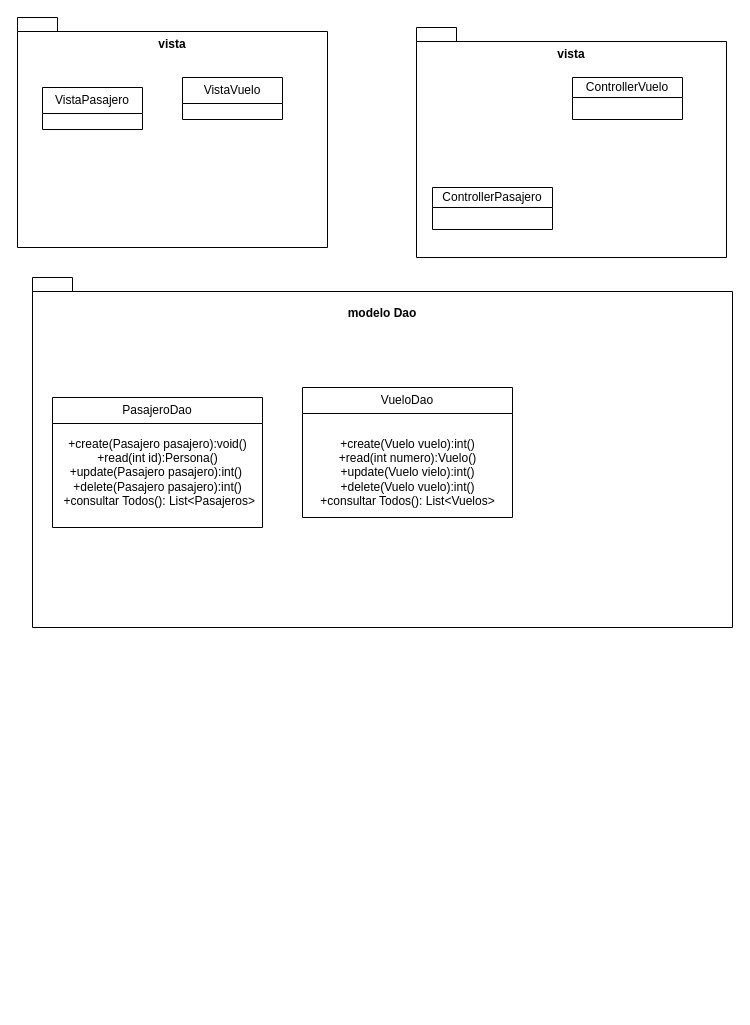
Before: Diagrama sin título.drawio in SKing25/Fundamentos, a draw.io diagram. Source tidied: cells renumbered, new cells numbered last; positions are measured from the earlier drawing's top-left corner, leaving out a move shared by most shapes. Both pictures are drawn from the tidied source at 100%, with x=0, y=0 at pixel (17, 17).
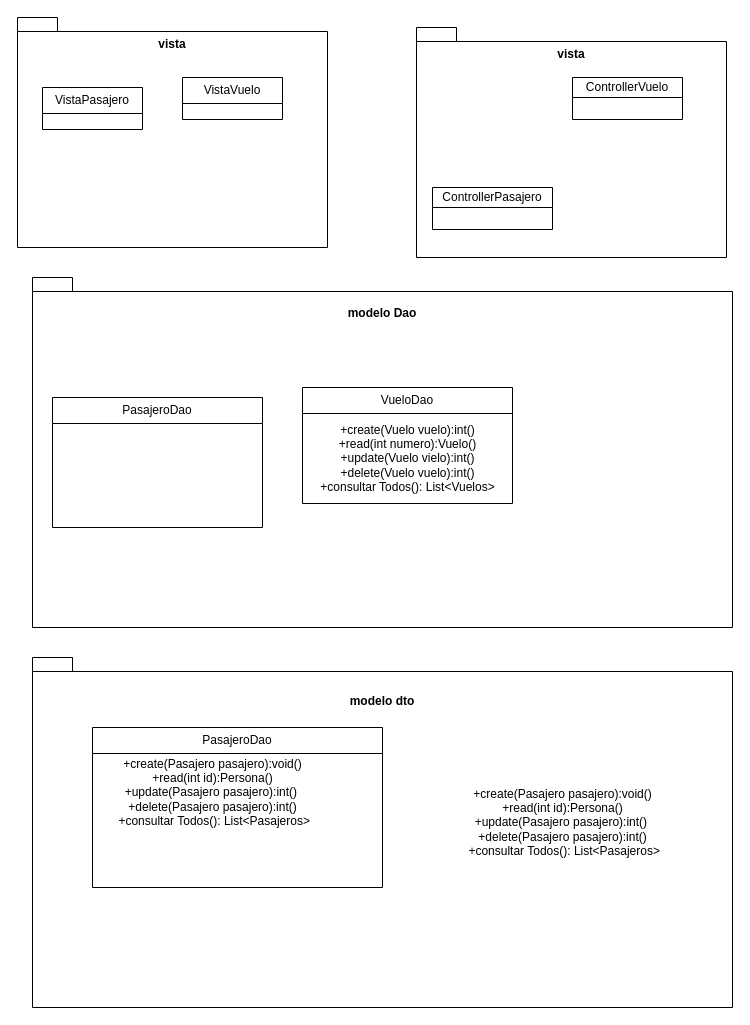
The same diagram, later.

Diff of the diagram source:
```diff
@@
 <mxGraphModel>
   <root>
     <mxCell id="0" />
     <mxCell id="1" parent="0" />
     <mxCell id="2" value="vista&lt;div&gt;&lt;br&gt;&lt;/div&gt;&lt;div&gt;&lt;br&gt;&lt;/div&gt;&lt;div&gt;&lt;br&gt;&lt;/div&gt;&lt;div&gt;&lt;br&gt;&lt;/div&gt;&lt;div&gt;&lt;br&gt;&lt;/div&gt;&lt;div&gt;&lt;br&gt;&lt;/div&gt;&lt;div&gt;&lt;br&gt;&lt;/div&gt;&lt;div&gt;&lt;br&gt;&lt;/div&gt;&lt;div&gt;&lt;br&gt;&lt;/div&gt;&lt;div&gt;&lt;br&gt;&lt;/div&gt;&lt;div&gt;&lt;br&gt;&lt;/div&gt;&lt;div&gt;&lt;br&gt;&lt;/div&gt;&lt;div&gt;&lt;br&gt;&lt;/div&gt;" style="shape=folder;fontStyle=1;spacingTop=10;tabWidth=40;tabHeight=14;tabPosition=left;html=1;whiteSpace=wrap;" parent="1" vertex="1">
       <mxGeometry width="310" height="230" as="geometry" />
     </mxCell>
     <mxCell id="3" value="VistaPasajero" style="swimlane;fontStyle=0;horizontal=1;startSize=26;fillColor=none;whiteSpace=wrap;html=1;" parent="1" vertex="1">
       <mxGeometry x="25" y="70" width="100" height="42" as="geometry" />
     </mxCell>
     <mxCell id="4" value="VistaVuelo" style="swimlane;fontStyle=0;horizontal=1;startSize=26;fillColor=none;whiteSpace=wrap;html=1;" parent="1" vertex="1">
       <mxGeometry x="165" y="60" width="100" height="42" as="geometry" />
     </mxCell>
     <mxCell id="5" style="edgeStyle=orthogonalEdgeStyle;rounded=0;orthogonalLoop=1;jettySize=auto;html=1;exitX=0.5;exitY=1;exitDx=0;exitDy=0;exitPerimeter=0;" parent="1" edge="1" source="2" target="2">
       <mxGeometry relative="1" as="geometry" />
     </mxCell>
     <mxCell id="6" value="vista&lt;div&gt;&lt;br&gt;&lt;/div&gt;&lt;div&gt;&lt;br&gt;&lt;/div&gt;&lt;div&gt;&lt;br&gt;&lt;/div&gt;&lt;div&gt;&lt;br&gt;&lt;/div&gt;&lt;div&gt;&lt;br&gt;&lt;/div&gt;&lt;div&gt;&lt;br&gt;&lt;/div&gt;&lt;div&gt;&lt;br&gt;&lt;/div&gt;&lt;div&gt;&lt;br&gt;&lt;/div&gt;&lt;div&gt;&lt;br&gt;&lt;/div&gt;&lt;div&gt;&lt;br&gt;&lt;/div&gt;&lt;div&gt;&lt;br&gt;&lt;/div&gt;&lt;div&gt;&lt;br&gt;&lt;/div&gt;&lt;div&gt;&lt;br&gt;&lt;/div&gt;" style="shape=folder;fontStyle=1;spacingTop=10;tabWidth=40;tabHeight=14;tabPosition=left;html=1;whiteSpace=wrap;" parent="1" vertex="1">
       <mxGeometry x="399" y="10" width="310" height="230" as="geometry" />
     </mxCell>
     <mxCell id="7" value="ControllerPasajero" style="swimlane;fontStyle=0;horizontal=1;startSize=20;fillColor=none;whiteSpace=wrap;html=1;" parent="1" vertex="1">
       <mxGeometry x="415" y="170" width="120" height="42" as="geometry" />
     </mxCell>
     <mxCell id="8" value="ControllerVuelo" style="swimlane;fontStyle=0;horizontal=1;startSize=20;fillColor=none;whiteSpace=wrap;html=1;" parent="1" vertex="1">
       <mxGeometry x="555" y="60" width="110" height="42" as="geometry" />
     </mxCell>
     <mxCell id="9" value="&lt;div&gt;modelo Dao&lt;/div&gt;&lt;div&gt;&lt;br&gt;&lt;/div&gt;&lt;div&gt;&lt;br&gt;&lt;/div&gt;&lt;div&gt;&lt;br&gt;&lt;/div&gt;&lt;div&gt;&lt;br&gt;&lt;/div&gt;&lt;div&gt;&lt;br&gt;&lt;/div&gt;&lt;div&gt;&lt;br&gt;&lt;/div&gt;&lt;div&gt;&lt;br&gt;&lt;/div&gt;&lt;div&gt;&lt;br&gt;&lt;/div&gt;&lt;div&gt;&lt;br&gt;&lt;/div&gt;&lt;div&gt;&lt;br&gt;&lt;/div&gt;&lt;div&gt;&lt;br&gt;&lt;/div&gt;&lt;div&gt;&lt;br&gt;&lt;/div&gt;&lt;div&gt;&lt;br&gt;&lt;/div&gt;&lt;div&gt;&lt;br&gt;&lt;/div&gt;&lt;div&gt;&lt;br&gt;&lt;/div&gt;&lt;div&gt;&lt;br&gt;&lt;/div&gt;&lt;div&gt;&lt;br&gt;&lt;/div&gt;&lt;div&gt;&lt;br&gt;&lt;/div&gt;&lt;div&gt;&lt;br&gt;&lt;/div&gt;&lt;div&gt;&lt;br&gt;&lt;/div&gt;" style="shape=folder;fontStyle=1;spacingTop=10;tabWidth=40;tabHeight=14;tabPosition=left;html=1;whiteSpace=wrap;" parent="1" vertex="1">
       <mxGeometry x="15" y="260" width="700" height="350" as="geometry" />
     </mxCell>
     <mxCell id="10" value="PasajeroDao" style="swimlane;fontStyle=0;horizontal=1;startSize=26;fillColor=none;whiteSpace=wrap;html=1;" parent="1" vertex="1">
       <mxGeometry x="35" y="380" width="210" height="130" as="geometry" />
     </mxCell>
-    <mxCell id="11" value="+create(Pasajero pasajero):void()&lt;div&gt;&amp;nbsp;+read(int id):Persona()&amp;nbsp;&lt;/div&gt;&lt;div&gt;+update(Pasajero pasajero):int()&amp;nbsp;&lt;/div&gt;&lt;div&gt;+delete(Pasajero pasajero):int()&lt;/div&gt;&lt;div&gt;&amp;nbsp;+consultar Todos(): List&amp;lt;Pasajeros&amp;gt;&lt;/div&gt;" style="text;html=1;align=center;verticalAlign=middle;strokeColor=none;fillColor=none;" parent="1" vertex="1">
-      <mxGeometry x="30" y="410" width="220" height="90" as="geometry" />
-    </mxCell>
     <mxCell id="12" value="VueloDao" style="swimlane;fontStyle=0;horizontal=1;startSize=26;fillColor=none;whiteSpace=wrap;html=1;" parent="1" vertex="1">
-      <mxGeometry x="285" y="370" width="210" height="130" as="geometry" />
+      <mxGeometry x="285" y="370" width="210" height="116" as="geometry" />
     </mxCell>
-    <mxCell id="13" value="&lt;div&gt;+create(Vuelo vuelo):int()&lt;/div&gt;&lt;div&gt;+read(int numero):Vuelo()&lt;/div&gt;&lt;div&gt;+update(Vuelo vielo):int()&lt;/div&gt;&lt;div&gt;+delete(Vuelo vuelo):int()&lt;/div&gt;&lt;div&gt;+consultar Todos(): List&amp;lt;Vuelos&amp;gt;&lt;/div&gt;" style="text;html=1;align=center;verticalAlign=middle;strokeColor=none;fillColor=none;" parent="1" vertex="1">
-      <mxGeometry x="290" y="410" width="200" height="90" as="geometry" />
+    <mxCell id="13" value="&lt;div&gt;+create(Vuelo vuelo):int()&lt;/div&gt;&lt;div&gt;+read(int numero):Vuelo()&lt;/div&gt;&lt;div&gt;+update(Vuelo vielo):int()&lt;/div&gt;&lt;div&gt;+delete(Vuelo vuelo):int()&lt;/div&gt;&lt;div&gt;+consultar Todos(): List&amp;lt;Vuelos&amp;gt;&lt;/div&gt;" style="text;html=1;align=center;verticalAlign=middle;strokeColor=none;fillColor=none;" parent="12" vertex="1">
+      <mxGeometry y="26" width="210" height="90" as="geometry" />
     </mxCell>
+    <mxCell id="14" value="&lt;div&gt;modelo dto&lt;/div&gt;&lt;div&gt;&lt;br&gt;&lt;/div&gt;&lt;div&gt;&lt;br&gt;&lt;/div&gt;&lt;div&gt;&lt;br&gt;&lt;/div&gt;&lt;div&gt;&lt;br&gt;&lt;/div&gt;&lt;div&gt;&lt;br&gt;&lt;/div&gt;&lt;div&gt;&lt;br&gt;&lt;/div&gt;&lt;div&gt;&lt;br&gt;&lt;/div&gt;&lt;div&gt;&lt;br&gt;&lt;/div&gt;&lt;div&gt;&lt;br&gt;&lt;/div&gt;&lt;div&gt;&lt;br&gt;&lt;/div&gt;&lt;div&gt;&lt;br&gt;&lt;/div&gt;&lt;div&gt;&lt;br&gt;&lt;/div&gt;&lt;div&gt;&lt;br&gt;&lt;/div&gt;&lt;div&gt;&lt;br&gt;&lt;/div&gt;&lt;div&gt;&lt;br&gt;&lt;/div&gt;&lt;div&gt;&lt;br&gt;&lt;/div&gt;&lt;div&gt;&lt;br&gt;&lt;/div&gt;&lt;div&gt;&lt;br&gt;&lt;/div&gt;&lt;div&gt;&lt;br&gt;&lt;/div&gt;" style="shape=folder;fontStyle=1;spacingTop=10;tabWidth=40;tabHeight=14;tabPosition=left;html=1;whiteSpace=wrap;" parent="1" vertex="1">
+      <mxGeometry x="15" y="640" width="700" height="350" as="geometry" />
+    </mxCell>
+    <mxCell id="15" value="+create(Pasajero pasajero):void()&lt;div&gt;&amp;nbsp;+read(int id):Persona()&amp;nbsp;&lt;/div&gt;&lt;div&gt;+update(Pasajero pasajero):int()&amp;nbsp;&lt;/div&gt;&lt;div&gt;+delete(Pasajero pasajero):int()&lt;/div&gt;&lt;div&gt;&amp;nbsp;+consultar Todos(): List&amp;lt;Pasajeros&amp;gt;&lt;/div&gt;" style="text;html=1;align=center;verticalAlign=middle;strokeColor=none;fillColor=none;" parent="1" vertex="1">
+      <mxGeometry x="85" y="730" width="220" height="90" as="geometry" />
+    </mxCell>
+    <mxCell id="16" value="PasajeroDao" style="swimlane;fontStyle=0;horizontal=1;startSize=26;fillColor=none;whiteSpace=wrap;html=1;" parent="1" vertex="1">
+      <mxGeometry x="75" y="710" width="290" height="160" as="geometry" />
+    </mxCell>
+    <mxCell id="11" value="+create(Pasajero pasajero):void()&lt;div&gt;&amp;nbsp;+read(int id):Persona()&amp;nbsp;&lt;/div&gt;&lt;div&gt;+update(Pasajero pasajero):int()&amp;nbsp;&lt;/div&gt;&lt;div&gt;+delete(Pasajero pasajero):int()&lt;/div&gt;&lt;div&gt;&amp;nbsp;+consultar Todos(): List&amp;lt;Pasajeros&amp;gt;&lt;/div&gt;" style="text;html=1;align=center;verticalAlign=middle;strokeColor=none;fillColor=none;" parent="1" vertex="1">
+      <mxGeometry x="435" y="760" width="220" height="90" as="geometry" />
+    </mxCell>
   </root>
 </mxGraphModel>
```
